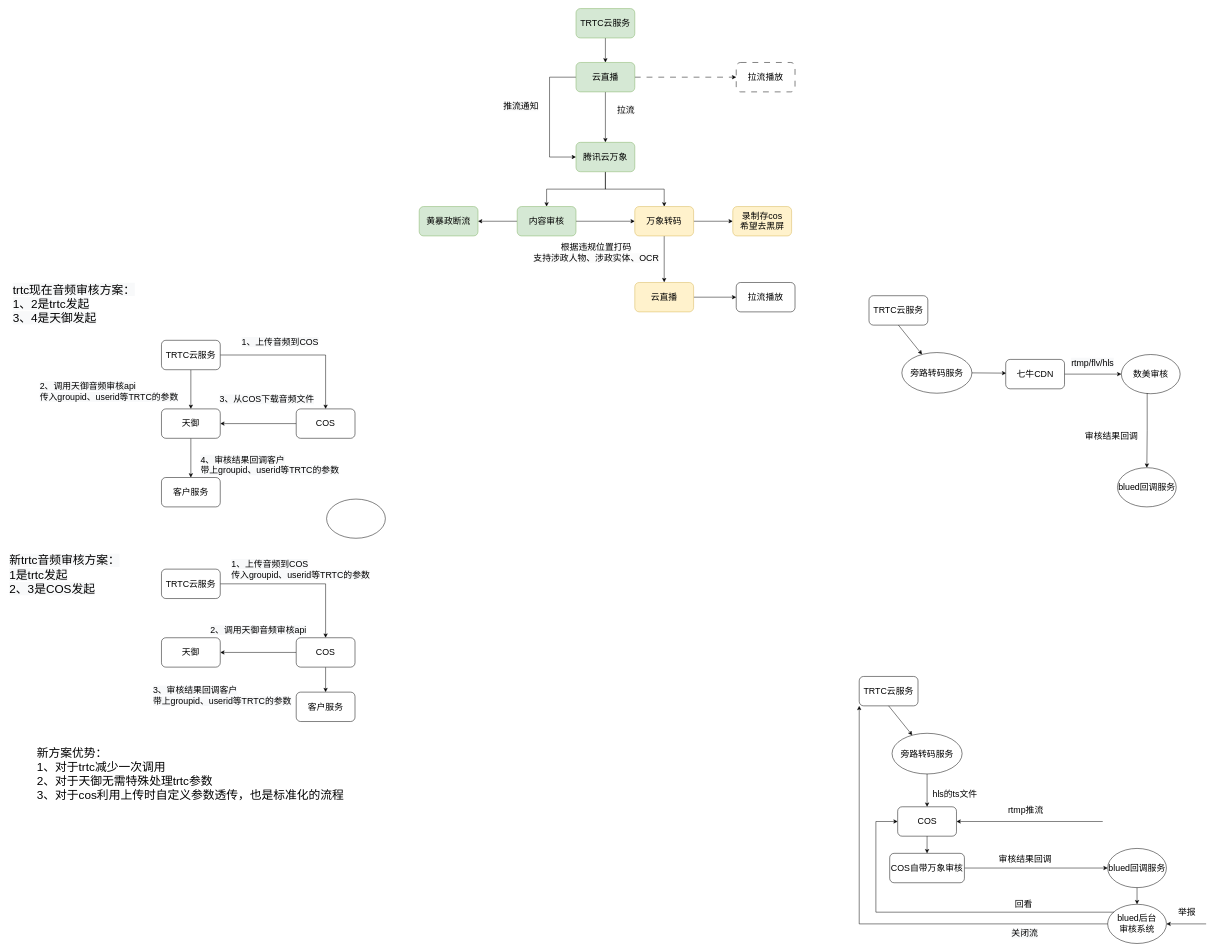
Before: page "trtc+cos审核" (4 of 10) of CI.drawio in wangnan8791/document, a draw.io diagram. Source tidied: cells renumbered, new cells numbered last; positions are measured from the earlier drawing's top-left corner, leaving out a move shared by most shapes. Both pictures are drawn from the tidied source at 49%, with x=0, y=0 at pixel (8, 8).
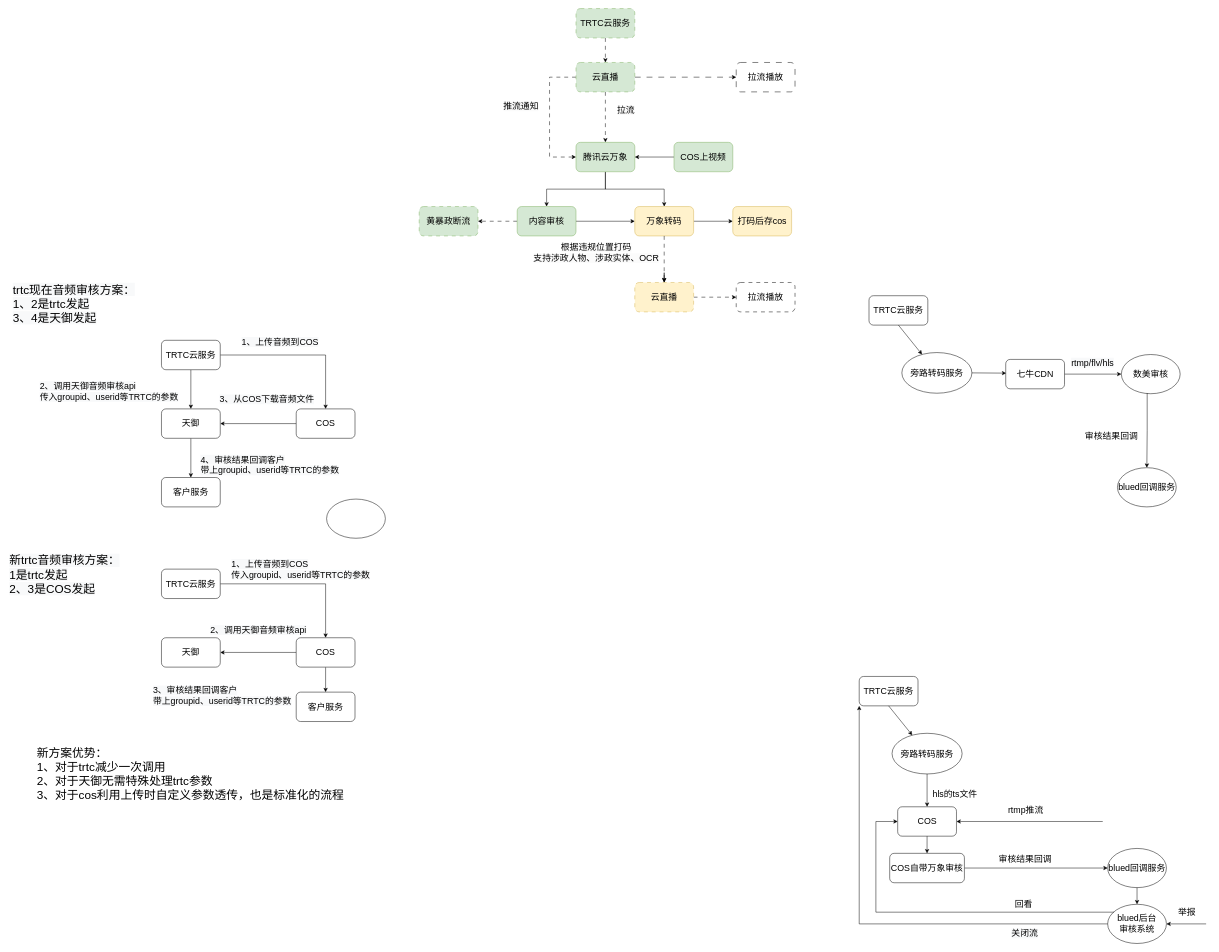
Above is the later version.

The change refers to these unchanged cells:
```xml
<mxCell id="69" value="&lt;span&gt;腾讯云万象&lt;/span&gt;" style="rounded=1;whiteSpace=wrap;html=1;fontSize=18;fillColor=#d5e8d4;strokeColor=#82b366;" parent="1" vertex="1">
  <mxGeometry x="1158" y="273" width="120" height="60" as="geometry" />
</mxCell>
<mxCell id="74" value="内容审核" style="rounded=1;whiteSpace=wrap;html=1;fontSize=18;fillColor=#d5e8d4;strokeColor=#82b366;" parent="1" vertex="1">
  <mxGeometry x="1038" y="404" width="120" height="60" as="geometry" />
</mxCell>
<mxCell id="77" value="&lt;span&gt;万象转码&lt;/span&gt;" style="rounded=1;whiteSpace=wrap;html=1;fontSize=18;fillColor=#fff2cc;strokeColor=#d6b656;" parent="1" vertex="1">
  <mxGeometry x="1278" y="404" width="120" height="60" as="geometry" />
</mxCell>
```

What changed in the source:
```diff
@@
-    <mxCell id="60" style="edgeStyle=orthogonalEdgeStyle;rounded=0;jettySize=auto;html=1;entryX=0.5;entryY=0;entryDx=0;entryDy=0;" parent="1" edge="1" source="61" target="65">
+    <mxCell id="60" style="edgeStyle=orthogonalEdgeStyle;rounded=0;jettySize=auto;html=1;entryX=0.5;entryY=0;entryDx=0;entryDy=0;dashed=1;dashPattern=8 8;" parent="1" edge="1" source="61" target="65">
       <mxGeometry relative="1" as="geometry" />
     </mxCell>
-    <mxCell id="61" value="&lt;span&gt;TRTC云服务&lt;/span&gt;" style="rounded=1;whiteSpace=wrap;html=1;fontSize=18;fillColor=#d5e8d4;strokeColor=#82b366;" parent="1" vertex="1">
+    <mxCell id="61" value="&lt;span&gt;TRTC云服务&lt;/span&gt;" style="rounded=1;whiteSpace=wrap;html=1;fontSize=18;fillColor=#d5e8d4;strokeColor=#82b366;dashed=1;dashPattern=8 8;" parent="1" vertex="1">
       <mxGeometry x="1158" width="120" height="60" as="geometry" />
     </mxCell>
@@
-    <mxCell id="63" style="edgeStyle=orthogonalEdgeStyle;rounded=0;jettySize=auto;html=1;entryX=0;entryY=0.5;entryDx=0;entryDy=0;exitX=0;exitY=0.5;exitDx=0;exitDy=0;" parent="1" edge="1" source="65" target="69">
+    <mxCell id="63" style="edgeStyle=orthogonalEdgeStyle;rounded=0;jettySize=auto;html=1;entryX=0;entryY=0.5;entryDx=0;entryDy=0;exitX=0;exitY=0.5;exitDx=0;exitDy=0;dashed=1;dashPattern=8 8;" parent="1" edge="1" source="65" target="69">
       <mxGeometry relative="1" as="geometry">
         <Array as="points">
           <mxPoint x="1104" y="140" />
           <mxPoint x="1104" y="303" />
         </Array>
       </mxGeometry>
     </mxCell>
-    <mxCell id="64" style="edgeStyle=orthogonalEdgeStyle;rounded=0;jettySize=auto;html=1;entryX=0.5;entryY=0;entryDx=0;entryDy=0;" parent="1" edge="1" source="65" target="69">
+    <mxCell id="64" style="edgeStyle=orthogonalEdgeStyle;rounded=0;jettySize=auto;html=1;entryX=0.5;entryY=0;entryDx=0;entryDy=0;dashed=1;dashPattern=8 8;" parent="1" edge="1" source="65" target="69">
       <mxGeometry relative="1" as="geometry" />
     </mxCell>
-    <mxCell id="65" value="&lt;span&gt;云直播&lt;/span&gt;" style="rounded=1;whiteSpace=wrap;html=1;fontSize=18;fillColor=#d5e8d4;strokeColor=#82b366;" parent="1" vertex="1">
+    <mxCell id="65" value="&lt;span&gt;云直播&lt;/span&gt;" style="rounded=1;whiteSpace=wrap;html=1;fontSize=18;fillColor=#d5e8d4;strokeColor=#82b366;dashed=1;dashPattern=8 8;" parent="1" vertex="1">
       <mxGeometry x="1158" y="110" width="120" height="60" as="geometry" />
     </mxCell>
@@
+    <mxCell id="84" style="edgeStyle=orthogonalEdgeStyle;rounded=0;jettySize=auto;html=1;entryX=1;entryY=0.5;entryDx=0;entryDy=0;" parent="1" edge="1" source="85" target="69">
+      <mxGeometry relative="1" as="geometry" />
+    </mxCell>
@@
-    <mxCell id="73" style="edgeStyle=orthogonalEdgeStyle;rounded=0;jettySize=auto;html=1;" parent="1" edge="1" source="74" target="83">
+    <mxCell id="73" style="edgeStyle=orthogonalEdgeStyle;rounded=0;jettySize=auto;html=1;dashed=1;dashPattern=8 8;" parent="1" edge="1" source="74" target="83">
       <mxGeometry relative="1" as="geometry" />
     </mxCell>
@@
-    <mxCell id="75" style="edgeStyle=orthogonalEdgeStyle;rounded=0;jettySize=auto;html=1;" parent="1" edge="1" source="77">
+    <mxCell id="75" style="edgeStyle=orthogonalEdgeStyle;rounded=0;jettySize=auto;html=1;" parent="1" edge="1" source="80">
       <mxGeometry relative="1" as="geometry">
         <mxPoint x="1338" y="558.5" as="targetPoint" />
       </mxGeometry>
     </mxCell>
@@
-    <mxCell id="79" style="edgeStyle=orthogonalEdgeStyle;rounded=0;jettySize=auto;html=1;" parent="1" edge="1" source="80" target="81">
+    <mxCell id="79" style="edgeStyle=orthogonalEdgeStyle;rounded=0;jettySize=auto;html=1;dashed=1;dashPattern=8 8;" parent="1" edge="1" source="80" target="81">
       <mxGeometry relative="1" as="geometry" />
     </mxCell>
-    <mxCell id="80" value="&lt;span&gt;云直播&lt;/span&gt;" style="rounded=1;whiteSpace=wrap;html=1;fontSize=18;fillColor=#fff2cc;strokeColor=#d6b656;" parent="1" vertex="1">
-      <mxGeometry x="1278" y="559" width="120" height="60" as="geometry" />
-    </mxCell>
-    <mxCell id="81" value="&lt;span&gt;拉流播放&lt;/span&gt;" style="rounded=1;whiteSpace=wrap;html=1;fontSize=18;" parent="1" vertex="1">
+    <mxCell id="81" value="&lt;span&gt;拉流播放&lt;/span&gt;" style="rounded=1;whiteSpace=wrap;html=1;fontSize=18;dashed=1;dashPattern=8 8;" parent="1" vertex="1">
       <mxGeometry x="1485" y="559" width="120" height="60" as="geometry" />
     </mxCell>
-    <mxCell id="82" value="录制存cos&lt;br&gt;希望去黑屏" style="whiteSpace=wrap;html=1;fontSize=18;fillColor=#fff2cc;strokeColor=#d6b656;rounded=1;" parent="1" vertex="1">
+    <mxCell id="82" value="打码后存cos" style="whiteSpace=wrap;html=1;fontSize=18;fillColor=#fff2cc;strokeColor=#d6b656;rounded=1;" parent="1" vertex="1">
       <mxGeometry x="1478" y="404" width="120" height="60" as="geometry" />
     </mxCell>
-    <mxCell id="83" value="黄暴政断流" style="whiteSpace=wrap;html=1;fontSize=18;fillColor=#d5e8d4;strokeColor=#82b366;rounded=1;" parent="1" vertex="1">
+    <mxCell id="83" value="黄暴政断流" style="whiteSpace=wrap;html=1;fontSize=18;fillColor=#d5e8d4;strokeColor=#82b366;rounded=1;dashed=1;dashPattern=8 8;" parent="1" vertex="1">
       <mxGeometry x="838" y="404" width="120" height="60" as="geometry" />
     </mxCell>
+    <mxCell id="85" value="COS上视频" style="whiteSpace=wrap;html=1;fontSize=18;fillColor=#d5e8d4;strokeColor=#82b366;rounded=1;" parent="1" vertex="1">
+      <mxGeometry x="1358" y="273" width="120" height="60" as="geometry" />
+    </mxCell>
+    <mxCell id="86" style="edgeStyle=orthogonalEdgeStyle;rounded=0;jettySize=auto;html=1;dashed=1;dashPattern=8 8;" parent="1" edge="1" source="77" target="80">
+      <mxGeometry relative="1" as="geometry" />
+    </mxCell>
+    <mxCell id="80" value="&lt;span&gt;云直播&lt;/span&gt;" style="rounded=1;whiteSpace=wrap;html=1;fontSize=18;fillColor=#fff2cc;strokeColor=#d6b656;dashed=1;dashPattern=8 8;" parent="1" vertex="1">
+      <mxGeometry x="1278" y="559" width="120" height="60" as="geometry" />
+    </mxCell>
```
